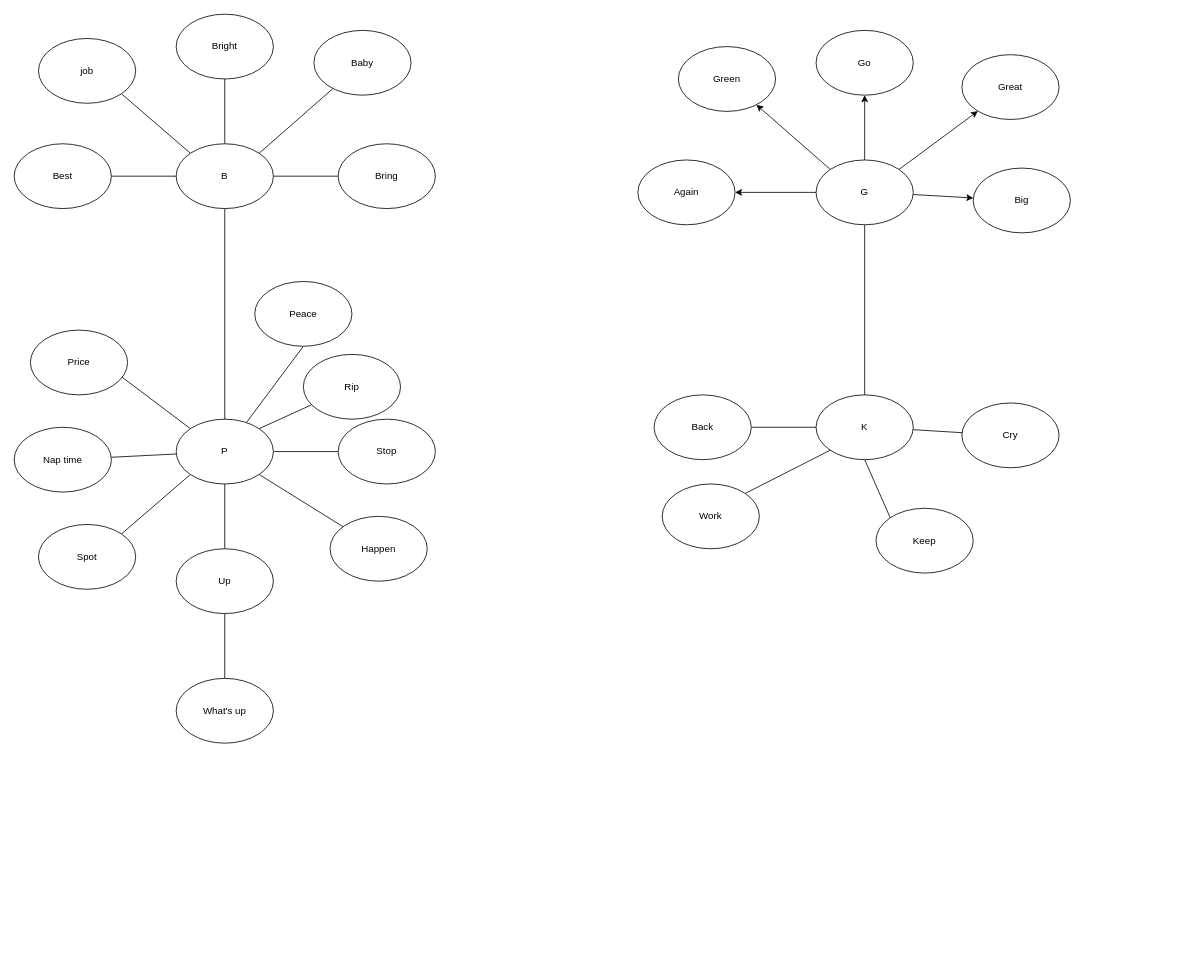
The draw.io diagram pronounce.drawio in hoanglechanhtu/english, before the edit. Source tidied: cells renumbered, new cells numbered last; positions are measured from the earlier drawing's top-left corner, leaving out a move shared by most shapes. Both pictures are drawn from the tidied source at 81%, with x=0, y=0 at pixel (14, 14).
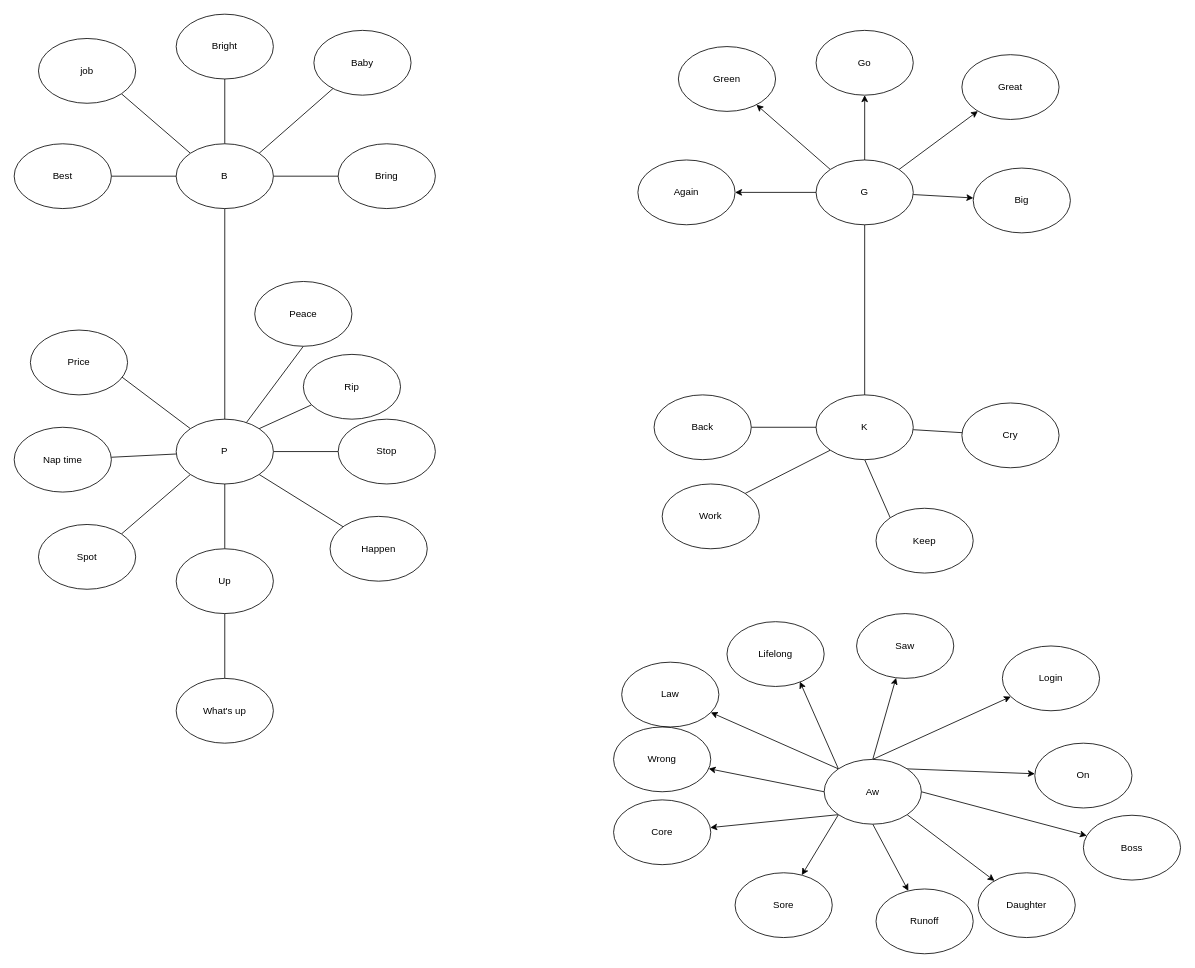
After the change.

Diff of the diagram source:
```diff
@@
+    <mxCell id="54" style="rounded=0;jettySize=auto;html=1;exitX=1;exitY=1;exitDx=0;exitDy=0;" parent="1" edge="1" source="65" target="76">
+      <mxGeometry relative="1" as="geometry" />
+    </mxCell>
+    <mxCell id="55" style="edgeStyle=none;rounded=0;jettySize=auto;html=1;exitX=1;exitY=0.5;exitDx=0;exitDy=0;" parent="1" edge="1" source="65" target="71">
+      <mxGeometry relative="1" as="geometry" />
+    </mxCell>
+    <mxCell id="56" style="edgeStyle=none;rounded=0;jettySize=auto;html=1;exitX=1;exitY=0;exitDx=0;exitDy=0;" parent="1" edge="1" source="65" target="66">
+      <mxGeometry relative="1" as="geometry" />
+    </mxCell>
+    <mxCell id="57" style="edgeStyle=none;rounded=0;jettySize=auto;html=1;exitX=0.5;exitY=0;exitDx=0;exitDy=0;" parent="1" edge="1" source="65" target="74">
+      <mxGeometry relative="1" as="geometry" />
+    </mxCell>
+    <mxCell id="58" style="edgeStyle=none;rounded=0;jettySize=auto;html=1;exitX=0.5;exitY=0;exitDx=0;exitDy=0;" parent="1" edge="1" source="65" target="67">
+      <mxGeometry relative="1" as="geometry" />
+    </mxCell>
+    <mxCell id="59" style="edgeStyle=none;rounded=0;jettySize=auto;html=1;exitX=0;exitY=0;exitDx=0;exitDy=0;entryX=0.75;entryY=0.925;entryDx=0;entryDy=0;entryPerimeter=0;" parent="1" edge="1" source="65" target="73">
+      <mxGeometry relative="1" as="geometry" />
+    </mxCell>
+    <mxCell id="60" style="edgeStyle=none;rounded=0;jettySize=auto;html=1;exitX=0;exitY=0;exitDx=0;exitDy=0;" parent="1" edge="1" source="65" target="68">
+      <mxGeometry relative="1" as="geometry" />
+    </mxCell>
+    <mxCell id="61" style="edgeStyle=none;rounded=0;jettySize=auto;html=1;exitX=0;exitY=0.5;exitDx=0;exitDy=0;" parent="1" edge="1" source="65" target="75">
+      <mxGeometry relative="1" as="geometry" />
+    </mxCell>
+    <mxCell id="62" style="edgeStyle=none;rounded=0;jettySize=auto;html=1;exitX=0;exitY=1;exitDx=0;exitDy=0;" parent="1" edge="1" source="65" target="69">
+      <mxGeometry relative="1" as="geometry" />
+    </mxCell>
+    <mxCell id="63" style="edgeStyle=none;rounded=0;jettySize=auto;html=1;exitX=0.5;exitY=1;exitDx=0;exitDy=0;" parent="1" edge="1" source="65" target="72">
+      <mxGeometry relative="1" as="geometry" />
+    </mxCell>
+    <mxCell id="64" style="edgeStyle=none;rounded=0;jettySize=auto;html=1;exitX=0;exitY=1;exitDx=0;exitDy=0;" parent="1" edge="1" source="65" target="70">
+      <mxGeometry relative="1" as="geometry" />
+    </mxCell>
+    <mxCell id="65" value="Aw" style="ellipse;whiteSpace=wrap;html=1;" parent="1" vertex="1">
+      <mxGeometry x="1000" y="920" width="120" height="80" as="geometry" />
+    </mxCell>
+    <mxCell id="66" value="On" style="ellipse;whiteSpace=wrap;html=1;" parent="1" vertex="1">
+      <mxGeometry x="1260" y="900" width="120" height="80" as="geometry" />
+    </mxCell>
+    <mxCell id="67" value="Saw" style="ellipse;whiteSpace=wrap;html=1;" parent="1" vertex="1">
+      <mxGeometry x="1040" y="740" width="120" height="80" as="geometry" />
+    </mxCell>
+    <mxCell id="68" value="Law" style="ellipse;whiteSpace=wrap;html=1;" parent="1" vertex="1">
+      <mxGeometry x="750" y="800" width="120" height="80" as="geometry" />
+    </mxCell>
+    <mxCell id="69" value="Core" style="ellipse;whiteSpace=wrap;html=1;" parent="1" vertex="1">
+      <mxGeometry x="740" y="970" width="120" height="80" as="geometry" />
+    </mxCell>
+    <mxCell id="70" value="Sore" style="ellipse;whiteSpace=wrap;html=1;" parent="1" vertex="1">
+      <mxGeometry x="890" y="1060" width="120" height="80" as="geometry" />
+    </mxCell>
+    <mxCell id="71" value="Boss" style="ellipse;whiteSpace=wrap;html=1;" parent="1" vertex="1">
+      <mxGeometry x="1320" y="989" width="120" height="80" as="geometry" />
+    </mxCell>
+    <mxCell id="72" value="Runoff" style="ellipse;whiteSpace=wrap;html=1;" parent="1" vertex="1">
+      <mxGeometry x="1064" y="1080" width="120" height="80" as="geometry" />
+    </mxCell>
+    <mxCell id="73" value="Lifelong" style="ellipse;whiteSpace=wrap;html=1;" parent="1" vertex="1">
+      <mxGeometry x="880" y="750" width="120" height="80" as="geometry" />
+    </mxCell>
+    <mxCell id="74" value="Login" style="ellipse;whiteSpace=wrap;html=1;" parent="1" vertex="1">
+      <mxGeometry x="1220" y="780" width="120" height="80" as="geometry" />
+    </mxCell>
+    <mxCell id="75" value="Wrong" style="ellipse;whiteSpace=wrap;html=1;" parent="1" vertex="1">
+      <mxGeometry x="740" y="880" width="120" height="80" as="geometry" />
+    </mxCell>
+    <mxCell id="76" value="Daughter" style="ellipse;whiteSpace=wrap;html=1;" parent="1" vertex="1">
+      <mxGeometry x="1190" y="1060" width="120" height="80" as="geometry" />
+    </mxCell>
```
